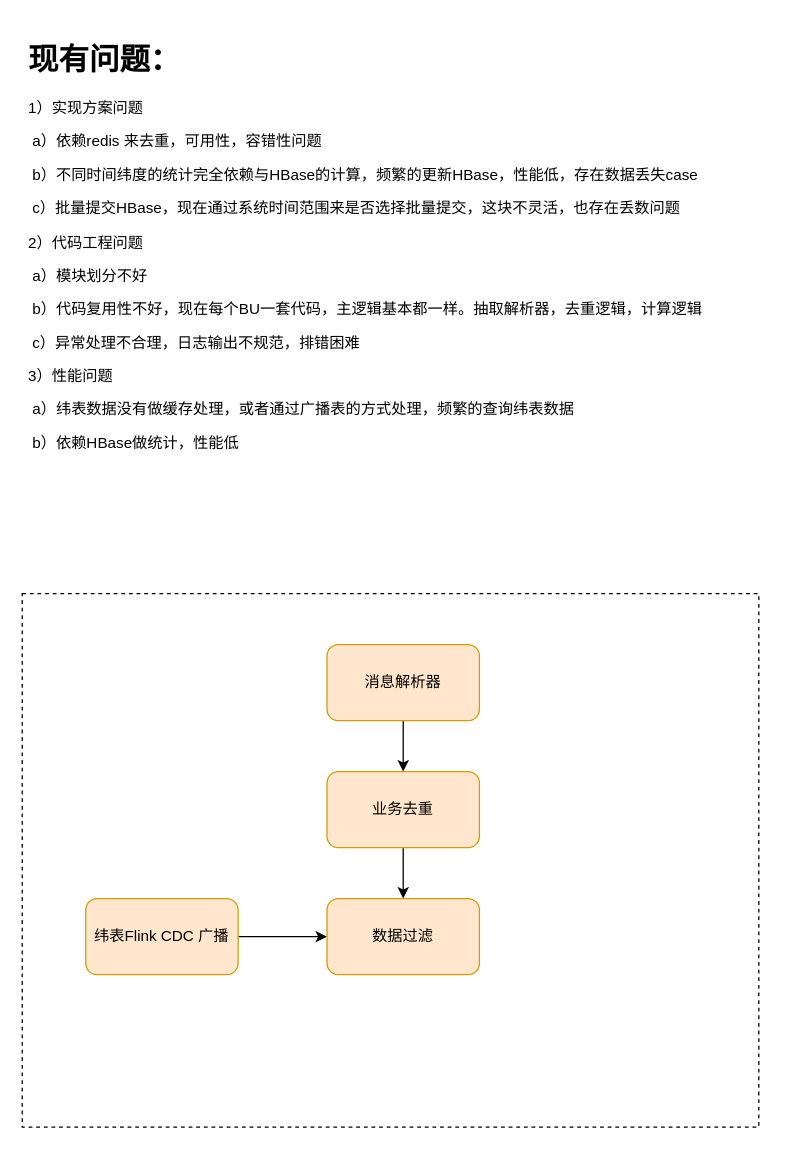
This is techlab/rts/未命名绘图.drawio from qiufang1314/drawio, a draw.io file, before an edit. Source tidied: cells renumbered, new cells numbered last; positions are measured from the earlier drawing's top-left corner, leaving out a move shared by most shapes. Both pictures are drawn from the tidied source at 127%, with x=0, y=0 at pixel (22, 34).
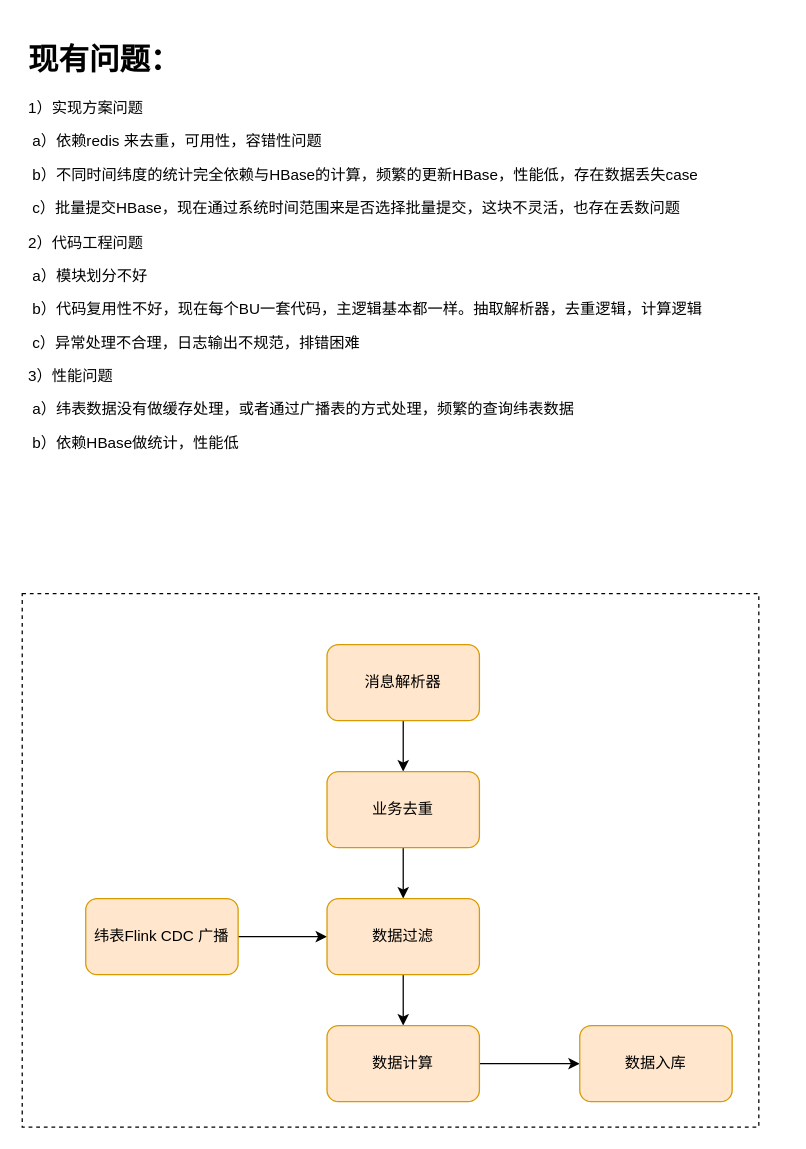
After the change.

Commit message:
更新未命名绘图.drawio

What changed in the source:
```diff
@@
 <mxGraphModel>
   <root>
     <mxCell id="0" />
     <mxCell id="1" parent="0" />
     <mxCell id="2" style="rounded=0;whiteSpace=wrap;html=1;dashed=1;" parent="1" vertex="1">
       <mxGeometry y="440" width="580" height="420" as="geometry" />
     </mxCell>
     <mxCell id="3" value="&lt;h1&gt;现有问题：&lt;/h1&gt;&lt;p&gt;1）实现方案问题&lt;/p&gt;&lt;p&gt;&lt;span style=&quot;white-space: pre&quot;&gt; a）依赖redis 来去重，可用性，容错性问题&lt;/span&gt;&lt;br&gt;&lt;/p&gt;&lt;p&gt;&lt;span style=&quot;white-space: pre&quot;&gt; b）不同时间纬度的统计完全依赖与HBase的计算，频繁的更新HBase，性能低，存在数据丢失case&lt;/span&gt;&lt;br&gt;&lt;/p&gt;&lt;p&gt;&lt;span style=&quot;white-space: pre&quot;&gt;&lt;span style=&quot;white-space: pre&quot;&gt; c）批量提交HBase，现在通过系统时间范围来是否选择批量提交，这块不灵活，也存在丢数问题&lt;/span&gt;&lt;/span&gt;&lt;/p&gt;&lt;p&gt;&lt;span style=&quot;white-space: pre&quot;&gt;2）代码工程问题&lt;/span&gt;&lt;/p&gt;&lt;p&gt;&lt;span style=&quot;white-space: pre&quot;&gt;&lt;span style=&quot;white-space: pre&quot;&gt; a）模块划分不好&lt;/span&gt;&lt;br&gt;&lt;/span&gt;&lt;/p&gt;&lt;p&gt;&lt;span style=&quot;white-space: pre&quot;&gt;&lt;span style=&quot;white-space: pre&quot;&gt;&lt;span style=&quot;white-space: pre&quot;&gt; b）代码复用性不好，现在每个BU一套代码，主逻辑基本都一样。抽取解析器，去重逻辑，计算逻辑&lt;/span&gt;&lt;br&gt;&lt;/span&gt;&lt;/span&gt;&lt;/p&gt;&lt;p&gt;&lt;span style=&quot;white-space: pre&quot;&gt;&lt;span style=&quot;white-space: pre&quot;&gt;&lt;span style=&quot;white-space: pre&quot;&gt;&lt;span style=&quot;white-space: pre&quot;&gt; c）异常处理不合理，日志输出不规范，排错困难&lt;/span&gt;&lt;/span&gt;&lt;/span&gt;&lt;/span&gt;&lt;/p&gt;&lt;p&gt;&lt;span style=&quot;white-space: pre&quot;&gt;3）性能问题&lt;/span&gt;&lt;/p&gt;&lt;p&gt;&lt;span style=&quot;white-space: pre&quot;&gt;&lt;span style=&quot;white-space: pre&quot;&gt; a）纬表数据没有做缓存处理，或者通过广播表的方式处理，频繁的查询纬表数据&lt;/span&gt;&lt;br&gt;&lt;/span&gt;&lt;/p&gt;&lt;p&gt;&lt;span style=&quot;white-space: pre&quot;&gt;&lt;span style=&quot;white-space: pre&quot;&gt;&lt;span style=&quot;white-space: pre&quot;&gt; b）依赖HBase做统计，性能低&lt;/span&gt;&lt;br&gt;&lt;/span&gt;&lt;/span&gt;&lt;/p&gt;" style="text;html=1;strokeColor=none;fillColor=none;spacing=5;spacingTop=-20;whiteSpace=wrap;overflow=hidden;rounded=0;" parent="1" vertex="1">
       <mxGeometry width="600" height="360" as="geometry" />
     </mxCell>
     <mxCell id="4" style="edgeStyle=orthogonalEdgeStyle;rounded=0;jettySize=auto;html=1;" parent="1" edge="1" source="5" target="10">
       <mxGeometry relative="1" as="geometry" />
     </mxCell>
     <mxCell id="5" value="纬表Flink CDC 广播" style="rounded=1;whiteSpace=wrap;html=1;fillColor=#ffe6cc;strokeColor=#d79b00;" parent="1" vertex="1">
       <mxGeometry x="50" y="680" width="120" height="60" as="geometry" />
     </mxCell>
     <mxCell id="6" style="edgeStyle=orthogonalEdgeStyle;rounded=0;jettySize=auto;html=1;" parent="1" edge="1" source="7" target="9">
       <mxGeometry relative="1" as="geometry" />
     </mxCell>
     <mxCell id="7" value="消息解析器" style="rounded=1;whiteSpace=wrap;html=1;fillColor=#ffe6cc;strokeColor=#d79b00;" parent="1" vertex="1">
       <mxGeometry x="240" y="480" width="120" height="60" as="geometry" />
     </mxCell>
     <mxCell id="8" style="edgeStyle=orthogonalEdgeStyle;rounded=0;jettySize=auto;html=1;" parent="1" edge="1" source="9" target="10">
       <mxGeometry relative="1" as="geometry" />
     </mxCell>
     <mxCell id="9" value="业务去重" style="rounded=1;whiteSpace=wrap;html=1;fillColor=#ffe6cc;strokeColor=#d79b00;" parent="1" vertex="1">
       <mxGeometry x="240" y="580" width="120" height="60" as="geometry" />
     </mxCell>
+    <mxCell id="11" style="edgeStyle=orthogonalEdgeStyle;rounded=0;jettySize=auto;html=1;" parent="1" edge="1" source="10" target="13">
+      <mxGeometry relative="1" as="geometry" />
+    </mxCell>
     <mxCell id="10" value="数据过滤" style="whiteSpace=wrap;html=1;fillColor=#ffe6cc;strokeColor=#d79b00;rounded=1;" parent="1" vertex="1">
       <mxGeometry x="240" y="680" width="120" height="60" as="geometry" />
     </mxCell>
+    <mxCell id="12" style="edgeStyle=orthogonalEdgeStyle;rounded=0;jettySize=auto;html=1;" parent="1" edge="1" source="13" target="14">
+      <mxGeometry relative="1" as="geometry" />
+    </mxCell>
+    <mxCell id="13" value="数据计算" style="whiteSpace=wrap;html=1;fillColor=#ffe6cc;strokeColor=#d79b00;rounded=1;" parent="1" vertex="1">
+      <mxGeometry x="240" y="780" width="120" height="60" as="geometry" />
+    </mxCell>
+    <mxCell id="14" value="数据入库" style="whiteSpace=wrap;html=1;fillColor=#ffe6cc;strokeColor=#d79b00;rounded=1;" parent="1" vertex="1">
+      <mxGeometry x="439" y="780" width="120" height="60" as="geometry" />
+    </mxCell>
   </root>
 </mxGraphModel>
```
